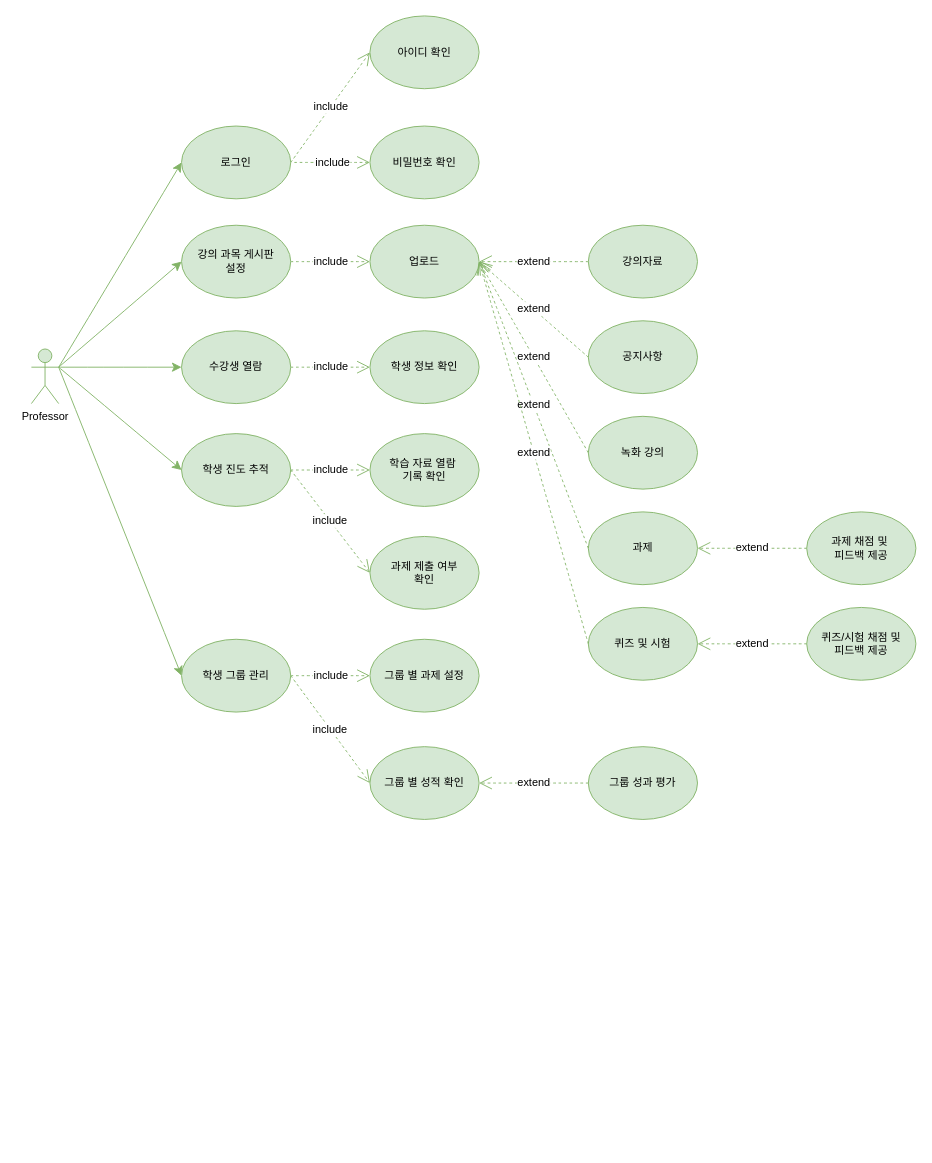
Above: 제목 없는 다이어그램22.drawio in 24bubak/usecase (draw.io), before the change. Source tidied: cells renumbered, new cells numbered last; positions are measured from the earlier drawing's top-left corner, leaving out a move shared by most shapes. Both pictures are drawn from the tidied source at 91%, with x=0, y=0 at pixel (31, 15).
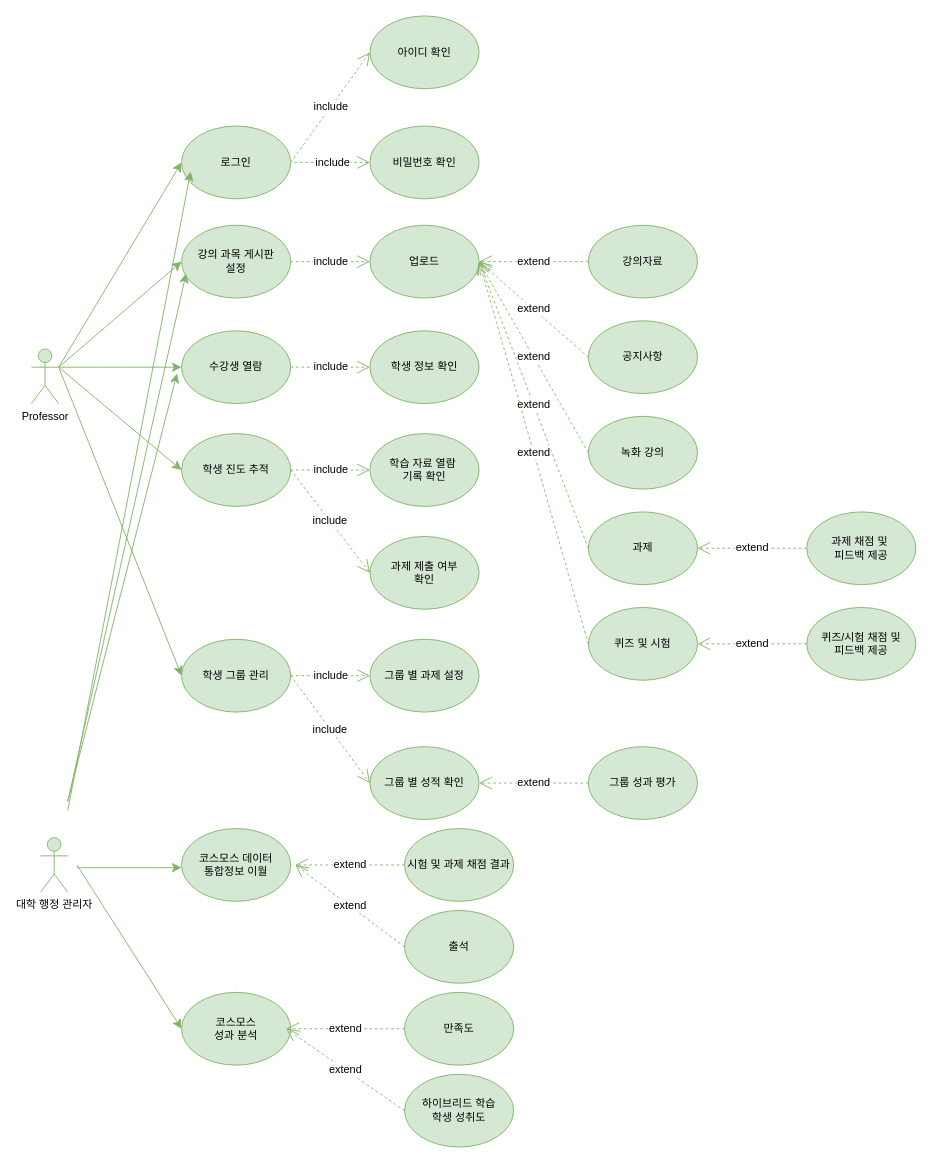
Above is the later version.

Commit message:
제목 없는 다이어그램22.drawio 업데이트

Unchanged cells that the change refers to:
```xml
<mxCell id="4" value="Professor" style="shape=umlActor;verticalLabelPosition=bottom;verticalAlign=top;html=1;outlineConnect=0;fillColor=#d5e8d4;strokeColor=#82b366;" parent="1" vertex="1">
  <mxGeometry y="366" width="30" height="60" as="geometry" />
</mxCell>
<mxCell id="5" value="수강생 열람" style="ellipse;whiteSpace=wrap;html=1;fillColor=#d5e8d4;strokeColor=#82b366;" parent="1" vertex="1">
  <mxGeometry x="165" y="346" width="120" height="80" as="geometry" />
</mxCell>
```

The edit, as a diff of the source:
```diff
@@
-    <mxCell id="12" style="endArrow=classic;html=1;rounded=0;fontSize=12;startSize=8;endSize=8;curved=1;exitX=1;exitY=0.3333333333333333;exitDx=0;exitDy=0;exitPerimeter=0;entryX=0;entryY=0.5;entryDx=0;entryDy=0;fillColor=#d5e8d4;strokeColor=#82b366;" parent="1" edge="1" source="4" target="5">
-      <mxGeometry relative="1" as="geometry" />
+    <mxCell id="12" style="endArrow=classic;html=1;rounded=0;fontSize=12;startSize=8;endSize=8;curved=1;exitX=1;exitY=0.3333333333333333;exitDx=0;exitDy=0;exitPerimeter=0;fillColor=#d5e8d4;strokeColor=#82b366;" parent="1" edge="1" source="4">
+      <mxGeometry relative="1" as="geometry">
+        <mxPoint x="165" y="386" as="targetPoint" />
+      </mxGeometry>
     </mxCell>
@@
+    <mxCell id="45" value="대학 행정 관리자&lt;div&gt;&lt;br&gt;&lt;/div&gt;" style="shape=umlActor;verticalLabelPosition=bottom;verticalAlign=top;html=1;fillColor=#d5e8d4;strokeColor=#82b366;" parent="1" vertex="1">
+      <mxGeometry x="10" y="903" width="30" height="60" as="geometry" />
+    </mxCell>
+    <mxCell id="46" style="edgeStyle=none;curved=1;rounded=0;orthogonalLoop=1;jettySize=auto;html=1;fontSize=12;startSize=8;endSize=8;entryX=0;entryY=0.5;entryDx=0;entryDy=0;fillColor=#d5e8d4;strokeColor=#82b366;" parent="1" edge="1">
+      <mxGeometry relative="1" as="geometry">
+        <mxPoint x="40" y="873" as="sourcePoint" />
+        <mxPoint x="175" y="171" as="targetPoint" />
+      </mxGeometry>
+    </mxCell>
+    <mxCell id="47" style="edgeStyle=none;curved=1;rounded=0;orthogonalLoop=1;jettySize=auto;html=1;fontSize=12;startSize=8;endSize=8;fillColor=#d5e8d4;strokeColor=#82b366;" parent="1" edge="1">
+      <mxGeometry relative="1" as="geometry">
+        <mxPoint x="40" y="863" as="sourcePoint" />
+        <mxPoint x="170" y="283" as="targetPoint" />
+      </mxGeometry>
+    </mxCell>
+    <mxCell id="48" style="edgeStyle=none;curved=1;rounded=0;orthogonalLoop=1;jettySize=auto;html=1;fontSize=12;startSize=8;endSize=8;fillColor=#d5e8d4;strokeColor=#82b366;" parent="1" edge="1">
+      <mxGeometry relative="1" as="geometry">
+        <mxPoint x="40" y="863" as="sourcePoint" />
+        <mxPoint x="160" y="393" as="targetPoint" />
+      </mxGeometry>
+    </mxCell>
+    <mxCell id="49" value="코스모스 데이터&lt;div&gt;통합정보 이월&lt;/div&gt;" style="ellipse;whiteSpace=wrap;html=1;fillColor=#d5e8d4;strokeColor=#82b366;" parent="1" vertex="1">
+      <mxGeometry x="165" y="893" width="120" height="80" as="geometry" />
+    </mxCell>
+    <mxCell id="50" style="endArrow=classic;html=1;rounded=0;fontSize=12;startSize=8;endSize=8;curved=1;entryX=0;entryY=0.5;entryDx=0;entryDy=0;fillColor=#d5e8d4;strokeColor=#82b366;" parent="1" edge="1">
+      <mxGeometry relative="1" as="geometry">
+        <mxPoint x="50" y="936" as="sourcePoint" />
+        <mxPoint x="165" y="936" as="targetPoint" />
+      </mxGeometry>
+    </mxCell>
+    <mxCell id="51" value="코스모스&lt;div&gt;성과 분석&lt;/div&gt;" style="ellipse;whiteSpace=wrap;html=1;fillColor=#d5e8d4;strokeColor=#82b366;" parent="1" vertex="1">
+      <mxGeometry x="165" y="1073" width="120" height="80" as="geometry" />
+    </mxCell>
+    <mxCell id="52" style="endArrow=classic;html=1;rounded=0;fontSize=12;startSize=8;endSize=8;curved=1;entryX=0;entryY=0.5;entryDx=0;entryDy=0;fillColor=#d5e8d4;strokeColor=#82b366;" parent="1" edge="1" target="51">
+      <mxGeometry relative="1" as="geometry">
+        <mxPoint x="50" y="933" as="sourcePoint" />
+      </mxGeometry>
+    </mxCell>
+    <mxCell id="53" value="시험 및 과제 채점 결과" style="ellipse;whiteSpace=wrap;html=1;fillColor=#d5e8d4;strokeColor=#82b366;" parent="1" vertex="1">
+      <mxGeometry x="410" y="893" width="120" height="80" as="geometry" />
+    </mxCell>
+    <mxCell id="54" value="extend" style="endArrow=open;endSize=12;dashed=1;html=1;rounded=0;fontSize=12;curved=1;entryX=1;entryY=0.5;entryDx=0;entryDy=0;exitX=0;exitY=0.5;exitDx=0;exitDy=0;fillColor=#d5e8d4;strokeColor=#82b366;" parent="1" edge="1" source="53">
+      <mxGeometry relative="1" as="geometry">
+        <mxPoint x="290" y="933" as="targetPoint" />
+      </mxGeometry>
+    </mxCell>
+    <mxCell id="55" value="출석" style="ellipse;whiteSpace=wrap;html=1;fillColor=#d5e8d4;strokeColor=#82b366;" parent="1" vertex="1">
+      <mxGeometry x="410" y="983" width="120" height="80" as="geometry" />
+    </mxCell>
+    <mxCell id="56" value="extend" style="endArrow=open;endSize=12;dashed=1;html=1;rounded=0;fontSize=12;curved=1;exitX=0;exitY=0.5;exitDx=0;exitDy=0;fillColor=#d5e8d4;strokeColor=#82b366;" parent="1" edge="1" source="55">
+      <mxGeometry relative="1" as="geometry">
+        <mxPoint x="290" y="933" as="targetPoint" />
+      </mxGeometry>
+    </mxCell>
+    <mxCell id="57" value="만족도" style="ellipse;whiteSpace=wrap;html=1;fillColor=#d5e8d4;strokeColor=#82b366;" parent="1" vertex="1">
+      <mxGeometry x="410" y="1073" width="120" height="80" as="geometry" />
+    </mxCell>
+    <mxCell id="58" value="extend" style="endArrow=open;endSize=12;dashed=1;html=1;rounded=0;fontSize=12;curved=1;entryX=1;entryY=0.5;entryDx=0;entryDy=0;exitX=0;exitY=0.5;exitDx=0;exitDy=0;fillColor=#d5e8d4;strokeColor=#82b366;" parent="1" edge="1" source="57">
+      <mxGeometry relative="1" as="geometry">
+        <mxPoint x="280" y="1113" as="targetPoint" />
+      </mxGeometry>
+    </mxCell>
+    <mxCell id="59" value="하이브리드 학습&lt;div&gt;학생 성취도&lt;/div&gt;" style="ellipse;whiteSpace=wrap;html=1;fillColor=#d5e8d4;strokeColor=#82b366;" parent="1" vertex="1">
+      <mxGeometry x="410" y="1163" width="120" height="80" as="geometry" />
+    </mxCell>
+    <mxCell id="60" value="extend" style="endArrow=open;endSize=12;dashed=1;html=1;rounded=0;fontSize=12;curved=1;exitX=0;exitY=0.5;exitDx=0;exitDy=0;fillColor=#d5e8d4;strokeColor=#82b366;" parent="1" edge="1" source="59">
+      <mxGeometry relative="1" as="geometry">
+        <mxPoint x="280" y="1113" as="targetPoint" />
+      </mxGeometry>
+    </mxCell>
```
